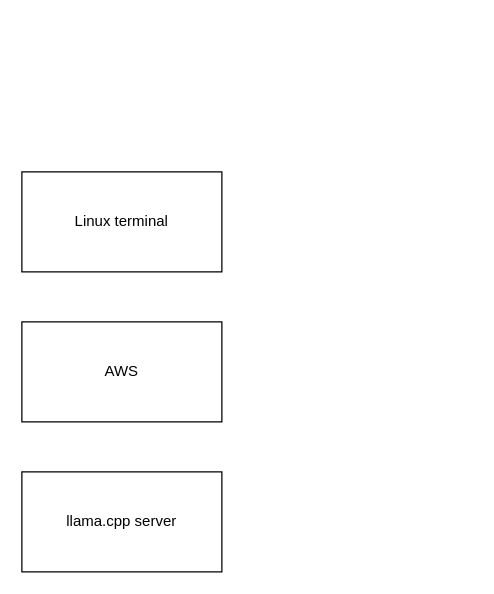
Before: LCLH_major_sub_systems.drawio in MathiasThoresenPaasche/draw_io, a draw.io diagram. Source tidied: cells renumbered, new cells numbered last; positions are measured from the earlier drawing's top-left corner, leaving out a move shared by most shapes. Both pictures are drawn from the tidied source at 125%, with x=0, y=0 at pixel (21, 171).
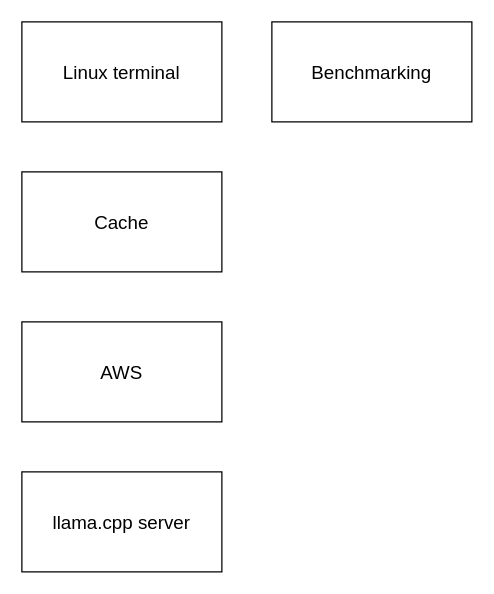
The same diagram, later.

Commit message:
Update LCLH_major_sub_systems.drawio bigger text, more boxes

Diff of the diagram source:
```diff
@@
 <mxGraphModel>
   <root>
     <mxCell id="0" />
     <mxCell id="1" parent="0" />
-    <mxCell id="2" value="Linux terminal" style="rounded=0;whiteSpace=wrap;html=1;" parent="1" vertex="1">
-      <mxGeometry width="160" height="80" as="geometry" />
+    <mxCell id="2" value="Linux terminal" style="rounded=0;whiteSpace=wrap;html=1;fontSize=15;" parent="1" vertex="1">
+      <mxGeometry y="-120" width="160" height="80" as="geometry" />
     </mxCell>
-    <mxCell id="3" value="&lt;div&gt;AWS&lt;br&gt;&lt;/div&gt;" style="rounded=0;whiteSpace=wrap;html=1;" parent="1" vertex="1">
+    <mxCell id="3" value="&lt;div style=&quot;font-size: 15px;&quot;&gt;AWS&lt;br style=&quot;font-size: 15px;&quot;&gt;&lt;/div&gt;" style="rounded=0;whiteSpace=wrap;html=1;fontSize=15;" parent="1" vertex="1">
       <mxGeometry y="120" width="160" height="80" as="geometry" />
     </mxCell>
-    <mxCell id="4" value="llama.cpp server" style="rounded=0;whiteSpace=wrap;html=1;" parent="1" vertex="1">
+    <mxCell id="4" value="llama.cpp server" style="rounded=0;whiteSpace=wrap;html=1;fontSize=15;" parent="1" vertex="1">
       <mxGeometry y="240" width="160" height="80" as="geometry" />
     </mxCell>
+    <mxCell id="5" value="Cache" style="rounded=0;whiteSpace=wrap;html=1;fontSize=15;" parent="1" vertex="1">
+      <mxGeometry width="160" height="80" as="geometry" />
+    </mxCell>
+    <mxCell id="6" value="Benchmarking" style="rounded=0;whiteSpace=wrap;html=1;fontSize=15;" parent="1" vertex="1">
+      <mxGeometry x="200" y="-120" width="160" height="80" as="geometry" />
+    </mxCell>
   </root>
 </mxGraphModel>
```
